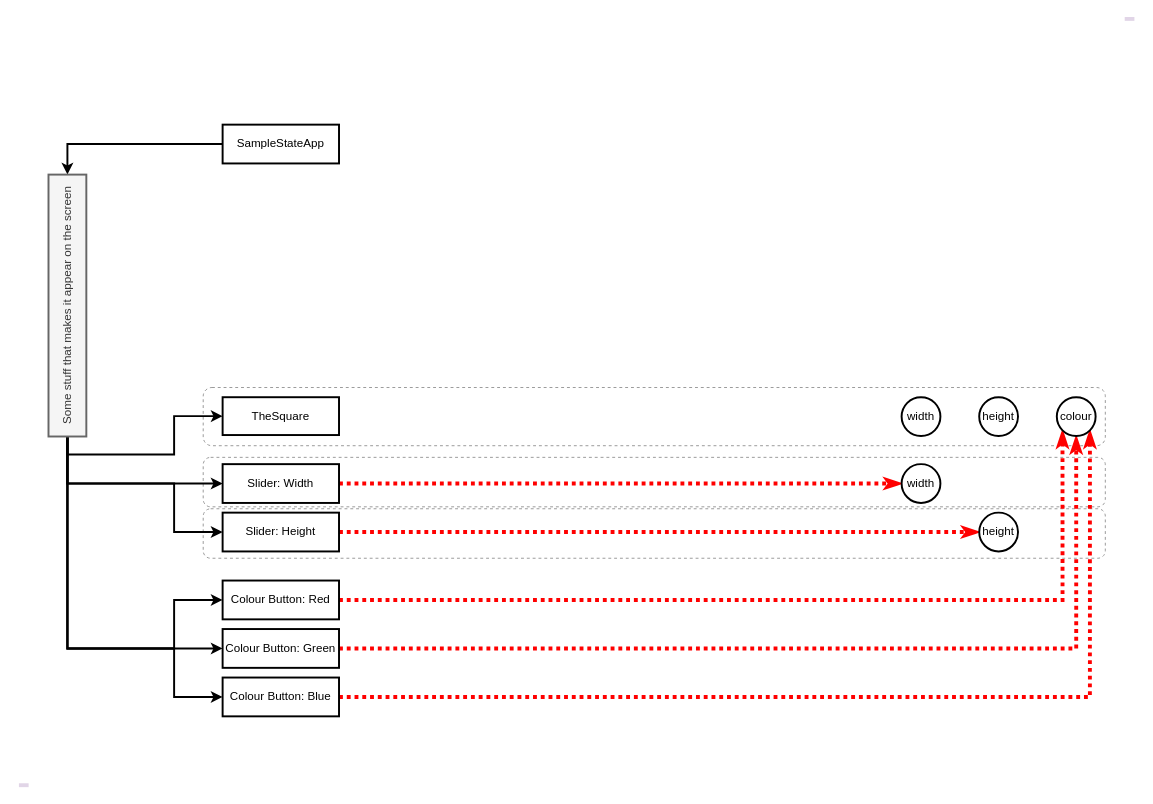
This is page "state-0" (5 of 11) of docs/diagrams.drawio from michalporeba/flutter-state-show, a draw.io file, before an edit. Source tidied: cells renumbered, new cells numbered last; positions are measured from the earlier drawing's top-left corner, leaving out a move shared by most shapes. Both pictures are drawn from the tidied source at 97%, with x=0, y=0 at pixel (-64, 18).
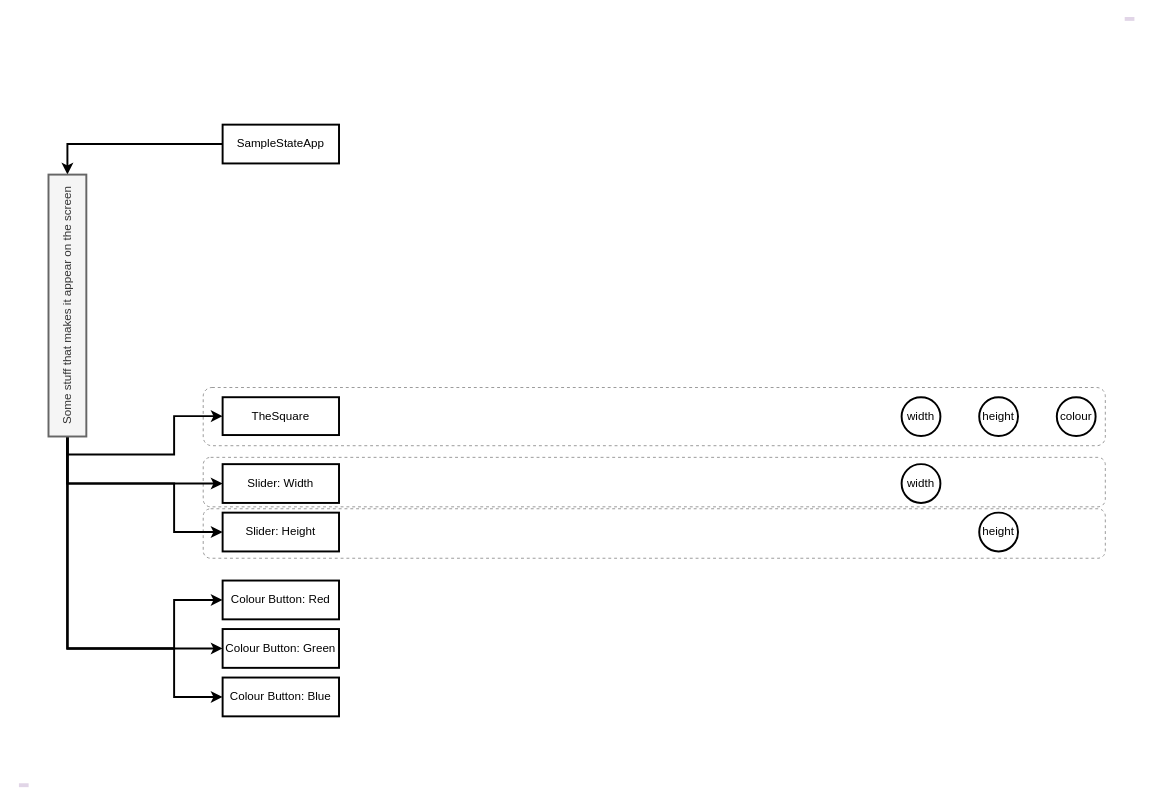
The same diagram, later.

Unchanged cells that the change refers to:
```xml
<mxCell id="15" value="Slider: Width" style="rounded=0;whiteSpace=wrap;html=1;strokeWidth=2;" parent="1" vertex="1">
  <mxGeometry x="295" y="459" width="120" height="40" as="geometry" />
</mxCell>
<mxCell id="17" value="Colour Button: Red" style="rounded=0;whiteSpace=wrap;html=1;strokeWidth=2;" parent="1" vertex="1">
  <mxGeometry x="295" y="579" width="120" height="40" as="geometry" />
</mxCell>
<mxCell id="19" value="Slider: Height" style="rounded=0;whiteSpace=wrap;html=1;strokeWidth=2;" parent="1" vertex="1">
  <mxGeometry x="295" y="509" width="120" height="40" as="geometry" />
</mxCell>
<mxCell id="21" value="Colour Button: Green" style="rounded=0;whiteSpace=wrap;html=1;strokeWidth=2;" parent="1" vertex="1">
  <mxGeometry x="295" y="629" width="120" height="40" as="geometry" />
</mxCell>
<mxCell id="23" value="Colour Button: Blue" style="rounded=0;whiteSpace=wrap;html=1;strokeWidth=2;" parent="1" vertex="1">
  <mxGeometry x="295" y="679" width="120" height="40" as="geometry" />
</mxCell>
<mxCell id="26" value="colour" style="ellipse;whiteSpace=wrap;html=1;strokeWidth=2;" parent="1" vertex="1">
  <mxGeometry x="1155" y="390" width="40" height="40" as="geometry" />
</mxCell>
<mxCell id="27" value="width" style="ellipse;whiteSpace=wrap;html=1;strokeWidth=2;" parent="1" vertex="1">
  <mxGeometry x="995" y="459" width="40" height="40" as="geometry" />
</mxCell>
<mxCell id="28" value="height" style="ellipse;whiteSpace=wrap;html=1;strokeWidth=2;" parent="1" vertex="1">
  <mxGeometry x="1075" y="509" width="40" height="40" as="geometry" />
</mxCell>
```

Change to the diagram source:
```diff
@@
-    <mxCell id="14" style="edgeStyle=orthogonalEdgeStyle;rounded=0;jettySize=auto;html=1;endArrow=classicThin;endFill=1;strokeColor=#FF0000;strokeWidth=4;dashed=1;dashPattern=1 1;" parent="1" edge="1" source="15" target="27">
-      <mxGeometry relative="1" as="geometry" />
-    </mxCell>
@@
-    <mxCell id="16" style="edgeStyle=orthogonalEdgeStyle;rounded=0;jettySize=auto;html=1;entryX=0;entryY=1;entryDx=0;entryDy=0;dashed=1;dashPattern=1 1;endArrow=classicThin;endFill=1;strokeColor=#FF0000;strokeWidth=4;" parent="1" edge="1" source="17" target="26">
-      <mxGeometry relative="1" as="geometry">
-        <Array as="points">
-          <mxPoint x="1161" y="599" />
-        </Array>
-      </mxGeometry>
-    </mxCell>
@@
-    <mxCell id="18" style="edgeStyle=orthogonalEdgeStyle;rounded=0;jettySize=auto;html=1;dashed=1;dashPattern=1 1;endArrow=classicThin;endFill=1;strokeColor=#FF0000;strokeWidth=4;" parent="1" edge="1" source="19" target="28">
-      <mxGeometry relative="1" as="geometry" />
-    </mxCell>
@@
-    <mxCell id="20" style="edgeStyle=orthogonalEdgeStyle;rounded=0;jettySize=auto;html=1;dashed=1;dashPattern=1 1;endArrow=classicThin;endFill=1;strokeColor=#FF0000;strokeWidth=4;" parent="1" edge="1" source="21" target="26">
-      <mxGeometry relative="1" as="geometry" />
-    </mxCell>
@@
-    <mxCell id="22" style="edgeStyle=orthogonalEdgeStyle;rounded=0;jettySize=auto;html=1;dashed=1;dashPattern=1 1;endArrow=classicThin;endFill=1;strokeColor=#FF0000;strokeWidth=4;entryX=1;entryY=1;entryDx=0;entryDy=0;" parent="1" edge="1" source="23" target="26">
-      <mxGeometry relative="1" as="geometry">
-        <Array as="points">
-          <mxPoint x="1189" y="699" />
-        </Array>
-      </mxGeometry>
-    </mxCell>
```
